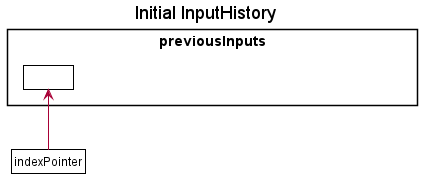
s7manth/tp keeps this PlantUML diagram as docs/images/PreviousInputState0.png. Above is the earlier version. Its diagram source:
```plantuml
@startuml
!include style.puml
skinparam ClassFontColor #000000
skinparam ClassBorderColor #000000
skinparam EmptyClassColor <<Foo>> #FFFFFF

title Initial InputHistory

package previousInputs {
    class Input0 as " " #FFFFFF
    class Input1 as "__inpu1:String__"
    class Input2 as "__input2:String__"
    class Input3 as "__input3:String__"
}

Input0 -[hidden]right-> Input1
Input1 -[hidden]right-> Input2
Input2 -[hidden]right-> Input3
hide Input1
hide Input2
hide Input3

class Pointer as "indexPointer" #FFFFFF
Pointer -up-> Input0
@enduml
```
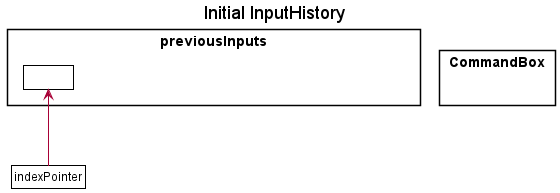
The same diagram one commit later.

Commit message:
[DOC] Add partial docs for previous input in DG

What changed in the source:
```diff
@@ -2,15 +2,17 @@
 !include style.puml
 skinparam ClassFontColor #000000
 skinparam ClassBorderColor #000000
-skinparam EmptyClassColor <<Foo>> #FFFFFF
 
 title Initial InputHistory
 
 package previousInputs {
     class Input0 as " " #FFFFFF
-    class Input1 as "__inpu1:String__"
+    class Input1 as "__input1:String__"
     class Input2 as "__input2:String__"
     class Input3 as "__input3:String__"
+}
+
+package CommandBox{
 }
 
 Input0 -[hidden]right-> Input1
```
